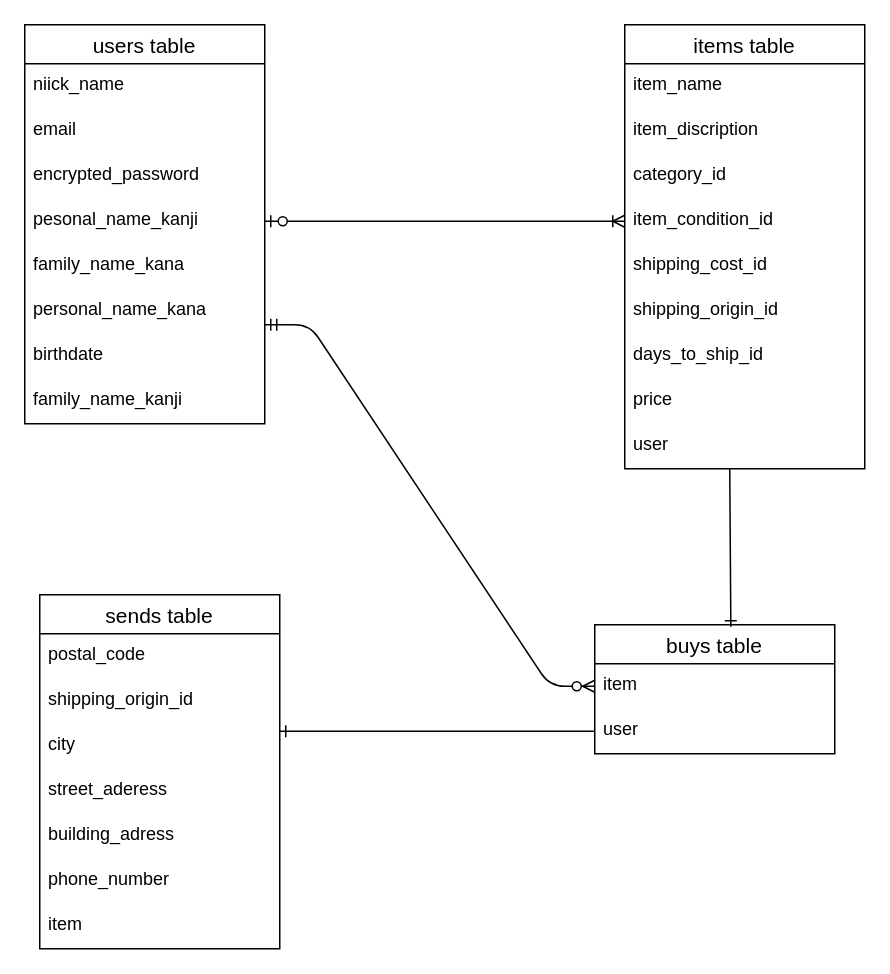
Before: furima.dio in jony884/furima-39676, a draw.io diagram. Source tidied: cells renumbered, new cells numbered last; positions are measured from the earlier drawing's top-left corner, leaving out a move shared by most shapes. Both pictures are drawn from the tidied source at 150%, with x=0, y=0 at pixel (24, 24).
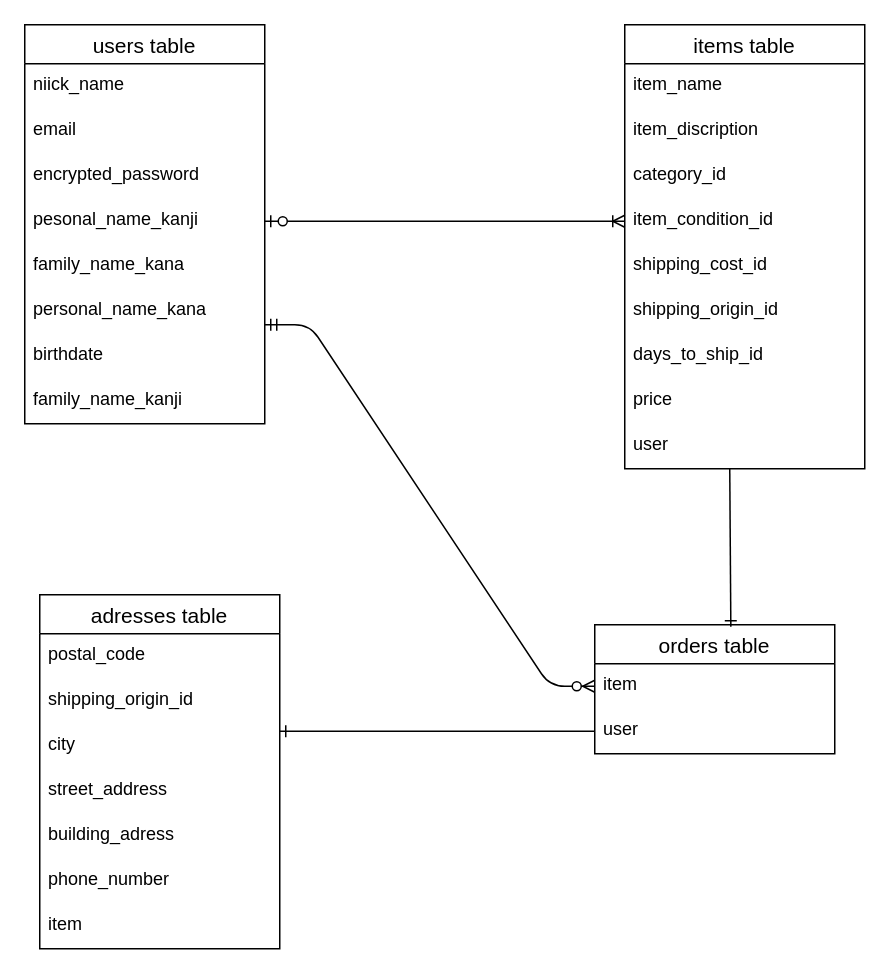
Above is the later version.

What changed in the source:
```diff
@@
-    <mxCell id="21" value="buys table" style="swimlane;fontStyle=0;horizontal=1;startSize=26;align=center;fontSize=14;" parent="1" vertex="1">
+    <mxCell id="21" value="orders table" style="swimlane;fontStyle=0;horizontal=1;startSize=26;align=center;fontSize=14;" parent="1" vertex="1">
       <mxGeometry x="380" y="400" width="160" height="86" as="geometry" />
     </mxCell>
@@
-    <mxCell id="25" value="sends table" style="swimlane;fontStyle=0;horizontal=1;startSize=26;align=center;fontSize=14;" parent="1" vertex="1">
+    <mxCell id="25" value="adresses table" style="swimlane;fontStyle=0;horizontal=1;startSize=26;align=center;fontSize=14;" parent="1" vertex="1">
       <mxGeometry x="10" y="380" width="160" height="236" as="geometry" />
     </mxCell>
@@
-    <mxCell id="29" value="street_aderess" style="text;strokeColor=none;fillColor=none;spacingLeft=4;spacingRight=4;overflow=hidden;fontSize=12;" parent="25" vertex="1">
+    <mxCell id="29" value="street_address" style="text;strokeColor=none;fillColor=none;spacingLeft=4;spacingRight=4;overflow=hidden;fontSize=12;" parent="25" vertex="1">
       <mxGeometry y="116" width="160" height="30" as="geometry" />
     </mxCell>
```
